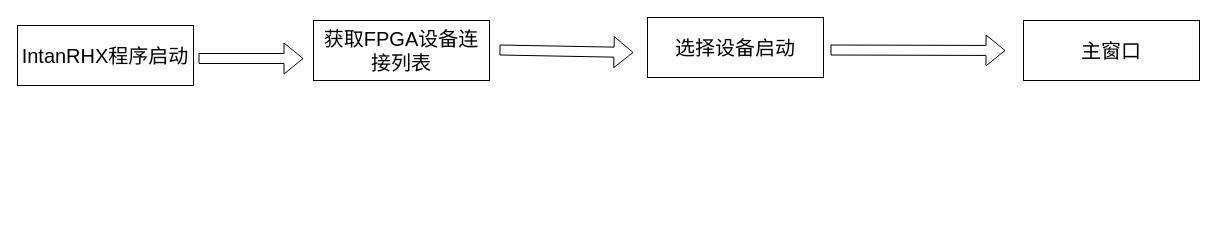
Before: 未命名绘图.drawio in yeLccccc/note, a draw.io diagram. Source tidied: cells renumbered, new cells numbered last; positions are measured from the earlier drawing's top-left corner, leaving out a move shared by most shapes. Both pictures are drawn from the tidied source at 100%, with x=0, y=0 at pixel (17, 17).
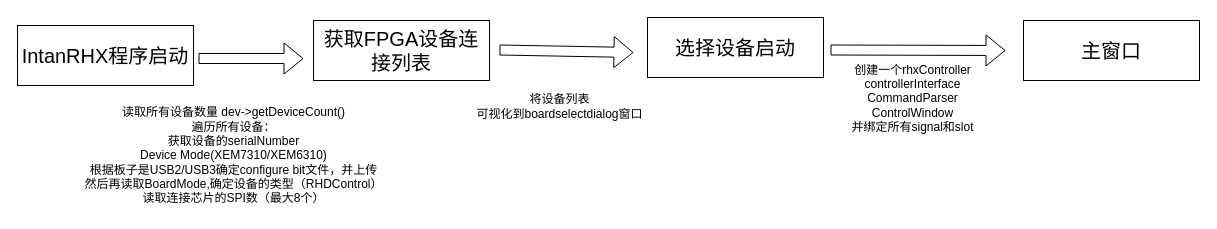
The same page after the edit.

Commit message:
更新未命名绘图.drawio

What changed in the source:
```diff
@@
 <mxGraphModel>
   <root>
     <mxCell id="0" />
     <mxCell id="1" parent="0" />
     <mxCell id="2" value="&lt;font face=&quot;宋体&quot; style=&quot;font-size: 20px;&quot;&gt;IntanRHX程序启动&lt;/font&gt;" style="rounded=0;whiteSpace=wrap;html=1;" parent="1" vertex="1">
       <mxGeometry y="8" width="176" height="60" as="geometry" />
     </mxCell>
     <mxCell id="3" value="&lt;font face=&quot;宋体&quot; style=&quot;font-size: 20px;&quot;&gt;获取FPGA设备连接列表&lt;/font&gt;" style="rounded=0;whiteSpace=wrap;html=1;" parent="1" vertex="1">
       <mxGeometry x="296" y="3" width="176" height="60" as="geometry" />
     </mxCell>
     <mxCell id="4" value="&lt;font face=&quot;宋体&quot; style=&quot;font-size: 20px;&quot;&gt;选择设备启动&lt;/font&gt;" style="rounded=0;whiteSpace=wrap;html=1;" parent="1" vertex="1">
       <mxGeometry x="630" width="176" height="60" as="geometry" />
     </mxCell>
     <mxCell id="5" value="&lt;font face=&quot;宋体&quot;&gt;&lt;span style=&quot;font-size: 20px;&quot;&gt;主窗口&lt;/span&gt;&lt;/font&gt;" style="rounded=0;whiteSpace=wrap;html=1;" parent="1" vertex="1">
       <mxGeometry x="1006" y="3" width="176" height="60" as="geometry" />
     </mxCell>
     <mxCell id="6" style="shape=flexArrow;endArrow=classic;html=1;rounded=0;" parent="1" edge="1">
       <mxGeometry relative="1" as="geometry">
         <mxPoint x="181" y="41" as="sourcePoint" />
         <mxPoint x="286" y="41" as="targetPoint" />
       </mxGeometry>
     </mxCell>
     <mxCell id="7" style="shape=flexArrow;endArrow=classic;html=1;rounded=0;" parent="1" edge="1">
       <mxGeometry relative="1" as="geometry">
         <mxPoint x="482" y="32.5" as="sourcePoint" />
         <mxPoint x="616" y="35" as="targetPoint" />
       </mxGeometry>
     </mxCell>
     <mxCell id="8" style="shape=flexArrow;endArrow=classic;html=1;rounded=0;" parent="1" edge="1">
       <mxGeometry relative="1" as="geometry">
         <mxPoint x="813" y="32.5" as="sourcePoint" />
         <mxPoint x="988" y="33" as="targetPoint" />
       </mxGeometry>
     </mxCell>
+    <mxCell id="9" value="读取所有设备数量 dev-&amp;gt;getDeviceCount()&lt;br&gt;遍历所有设备：&lt;br&gt;获取设备的serialNumber&lt;br&gt;Device Mode(XEM7310/XEM6310)&lt;br&gt;根据板子是USB2/USB3确定configure bit文件，并上传&lt;br&gt;然后再读取BoardMode,确定设备的类型（RHDControl）&lt;br&gt;读取连接芯片的SPI数（最大8个）&lt;br&gt;" style="text;html=1;align=center;verticalAlign=middle;strokeColor=none;fillColor=none;" parent="1" vertex="1">
+      <mxGeometry x="58" y="81" width="316" height="113" as="geometry" />
+    </mxCell>
+    <mxCell id="10" value="将设备列表&lt;br&gt;可视化到boardselectdialog窗口" style="text;html=1;align=center;verticalAlign=middle;strokeColor=none;fillColor=none;" parent="1" vertex="1">
+      <mxGeometry x="450" y="68" width="184" height="41" as="geometry" />
+    </mxCell>
+    <mxCell id="11" value="创建一个rhxController&lt;br&gt;controllerInterface&lt;br&gt;CommandParser&lt;br&gt;ControlWindow&lt;br&gt;并绑定所有signal和slot" style="text;html=1;align=center;verticalAlign=middle;strokeColor=none;fillColor=none;" parent="1" vertex="1">
+      <mxGeometry x="825" y="39" width="140" height="84" as="geometry" />
+    </mxCell>
   </root>
 </mxGraphModel>
```
